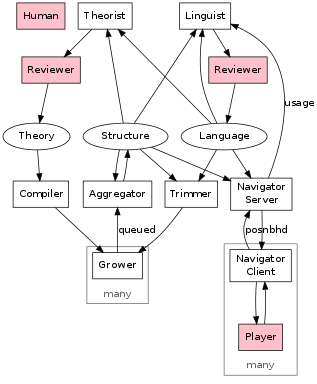
Before: doc/architecture.png, a diagram exported from Graphviz (fritzo/pomagma). Its source is kept beside it as doc/architecture.dot.
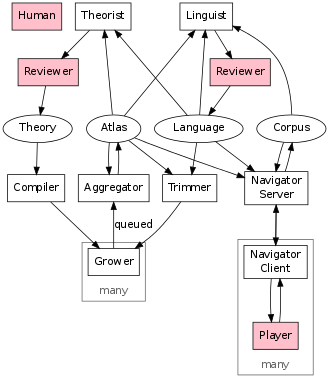
After the change.

Commit message:
Revise README, add Corpus description

Diff of the diagram source:
```diff
@@ -23,7 +23,8 @@
 	 	rank="same";
 		Language [shape=ellipse];
 		Theory [shape=ellipse];
-		Structure [shape=ellipse];
+		Atlas [shape=ellipse];
+		Corpus [shape=ellipse];
 	}
 
 	{
@@ -54,29 +55,31 @@
 		labelloc = "b";
 	}
 
-	Structure -> Trimmer;
+	Atlas -> Trimmer;
 	Language -> Trimmer;
 	Trimmer -> Grower;
 	Grower -> Aggregator [label="queued"];
-	Aggregator -> Structure;
-	Structure -> Aggregator;
+	Aggregator -> Atlas;
+	Atlas -> Aggregator;
 
-	Structure -> Theorist;
+	Atlas -> Theorist;
 	Language ->  Theorist;
 	Theorist -> theory_reviewer;
 	theory_reviewer -> Theory;
 	Theory -> Compiler -> Grower;
 
-	Structure -> Linguist;
+	Atlas -> Linguist;
 	Language -> Linguist;
 	Linguist -> lang_reviewer -> Language;
 
 	nav_server [label="Navigator\nServer"];
-	nav_client -> nav_server [label="pos"];
-	nav_server -> nav_client [label="nbhd"];
-	Structure -> nav_server;
+	nav_server -> nav_client;
+	nav_client -> nav_server;
+	Atlas -> nav_server;
 	Language -> nav_server;
-	nav_server -> Linguist [label="usage"];
+	Corpus -> nav_server;
+	nav_server -> Corpus;
+	Corpus -> Linguist;
 	nav_client -> Player;
 	Player -> nav_client;
 }
```
